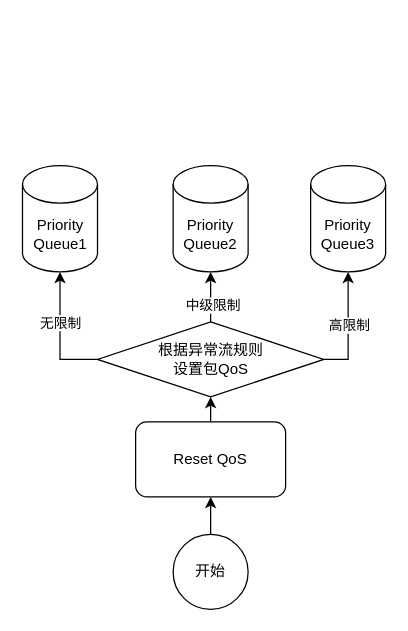
poetlife/diagrams keeps this draw.io diagram as QoS服务降级模块设计.drawio. Above is the earlier version. Source tidied: cells renumbered, new cells numbered last; positions are measured from the earlier drawing's top-left corner, leaving out a move shared by most shapes. Both pictures are drawn from the tidied source at 125%, with x=0, y=0 at pixel (21, 165).
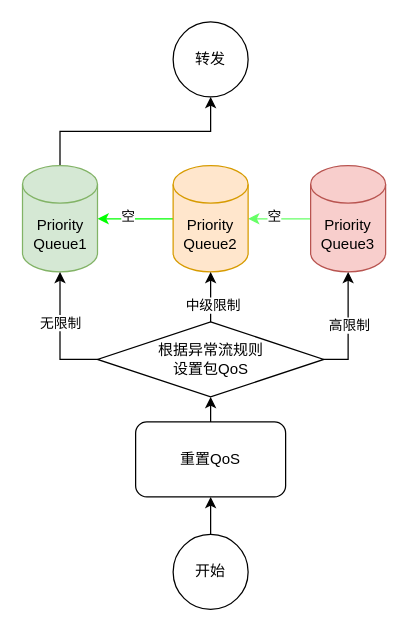
The same page after the edit.

Commit message (it also covers changes not shown here):
更新QoS服务降级模块设计.drawio

Diff of the diagram source:
```diff
@@
+    <mxCell id="16" style="edgeStyle=orthogonalEdgeStyle;rounded=0;jettySize=auto;html=1;exitX=1;exitY=0.5;exitDx=0;exitDy=0;exitPerimeter=0;entryX=0;entryY=0.5;entryDx=0;entryDy=0;entryPerimeter=0;strokeColor=#00FF00;startArrow=classic;startFill=1;endArrow=none;endFill=0;" parent="1" edge="1" source="2" target="3">
+      <mxGeometry relative="1" as="geometry" />
+    </mxCell>
+    <mxCell id="17" value="空" style="edgeLabel;html=1;align=center;verticalAlign=middle;" parent="16" vertex="1">
+      <mxGeometry x="-0.22" y="3" relative="1" as="geometry">
+        <mxPoint y="1" as="offset" />
+      </mxGeometry>
+    </mxCell>
+    <mxCell id="18" style="edgeStyle=orthogonalEdgeStyle;rounded=0;jettySize=auto;html=1;exitX=0.5;exitY=0;exitDx=0;exitDy=0;exitPerimeter=0;entryX=0.5;entryY=1;entryDx=0;entryDy=0;" parent="1" edge="1" source="2" target="21">
+      <mxGeometry relative="1" as="geometry" />
+    </mxCell>
-    <mxCell id="2" value="Priority&lt;br&gt;Queue1" style="shape=cylinder3;whiteSpace=wrap;html=1;boundedLbl=1;backgroundOutline=1;size=15;" parent="1" vertex="1">
+    <mxCell id="2" value="Priority&lt;br&gt;Queue1" style="shape=cylinder3;whiteSpace=wrap;html=1;boundedLbl=1;backgroundOutline=1;size=15;fillColor=#d5e8d4;strokeColor=#82b366;" parent="1" vertex="1">
       <mxGeometry x="0.5" width="60" height="85" as="geometry" />
     </mxCell>
+    <mxCell id="19" style="edgeStyle=orthogonalEdgeStyle;rounded=0;jettySize=auto;html=1;exitX=1;exitY=0.5;exitDx=0;exitDy=0;exitPerimeter=0;entryX=0;entryY=0.5;entryDx=0;entryDy=0;entryPerimeter=0;strokeColor=#66FF66;endArrow=none;endFill=0;startArrow=classic;startFill=1;" parent="1" edge="1" source="3" target="4">
+      <mxGeometry relative="1" as="geometry" />
+    </mxCell>
+    <mxCell id="20" value="空" style="edgeLabel;html=1;align=center;verticalAlign=middle;" parent="19" vertex="1">
+      <mxGeometry x="-0.2" y="3" relative="1" as="geometry">
+        <mxPoint y="1" as="offset" />
+      </mxGeometry>
+    </mxCell>
-    <mxCell id="3" value="Priority&lt;br&gt;Queue2" style="shape=cylinder3;whiteSpace=wrap;html=1;boundedLbl=1;backgroundOutline=1;size=15;" parent="1" vertex="1">
+    <mxCell id="3" value="Priority&lt;br&gt;Queue2" style="shape=cylinder3;whiteSpace=wrap;html=1;boundedLbl=1;backgroundOutline=1;size=15;fillColor=#ffe6cc;strokeColor=#d79b00;" parent="1" vertex="1">
       <mxGeometry x="121" width="60" height="85" as="geometry" />
     </mxCell>
-    <mxCell id="4" value="Priority&lt;br&gt;Queue3" style="shape=cylinder3;whiteSpace=wrap;html=1;boundedLbl=1;backgroundOutline=1;size=15;" parent="1" vertex="1">
+    <mxCell id="4" value="Priority&lt;br&gt;Queue3" style="shape=cylinder3;whiteSpace=wrap;html=1;boundedLbl=1;backgroundOutline=1;size=15;fillColor=#f8cecc;strokeColor=#b85450;" parent="1" vertex="1">
       <mxGeometry x="231" width="60" height="85" as="geometry" />
     </mxCell>
@@
-    <mxCell id="6" value="Reset QoS" style="rounded=1;whiteSpace=wrap;html=1;" parent="1" vertex="1">
+    <mxCell id="6" value="重置QoS" style="rounded=1;whiteSpace=wrap;html=1;" parent="1" vertex="1">
       <mxGeometry x="91" y="205" width="120" height="60" as="geometry" />
     </mxCell>
@@
+    <mxCell id="21" value="转发" style="ellipse;whiteSpace=wrap;html=1;" parent="1" vertex="1">
+      <mxGeometry x="121" y="-115" width="60" height="60" as="geometry" />
+    </mxCell>
```
